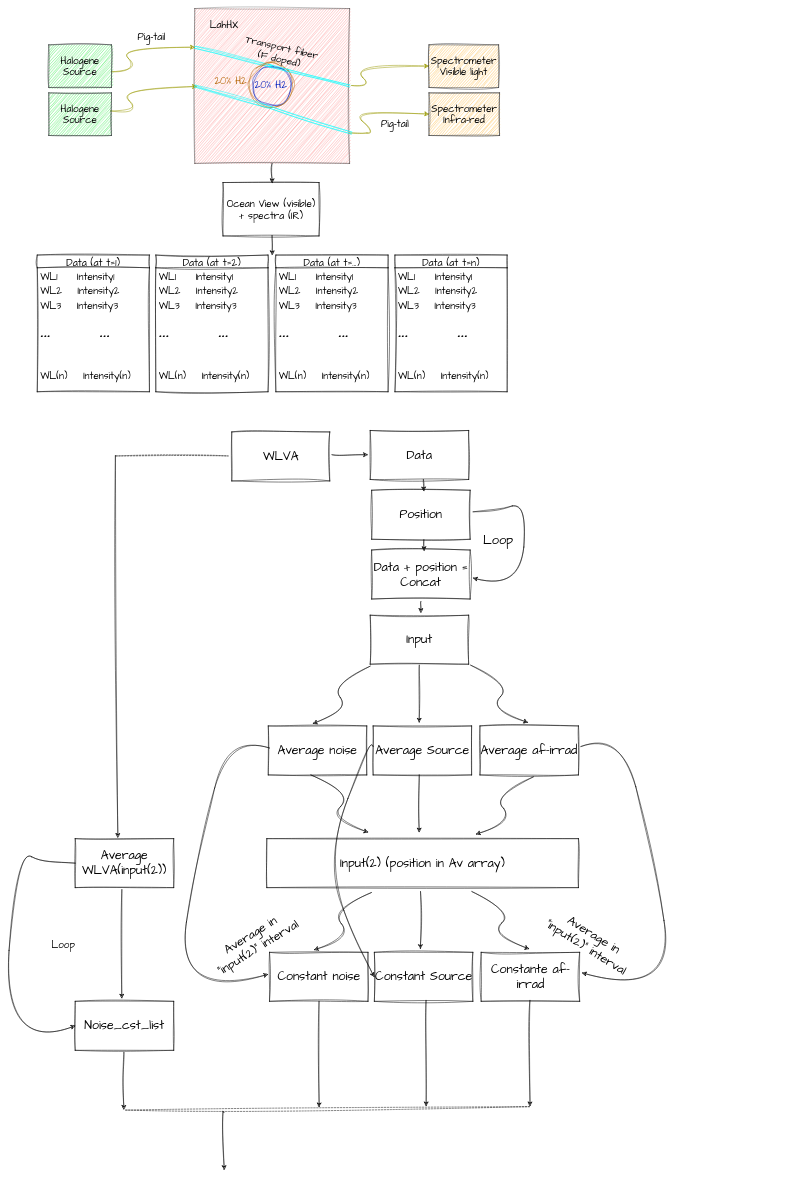
666creeping666death/C-code keeps this draw.io diagram as RIA2.drawio. Above is the earlier version. Source tidied: cells renumbered, new cells numbered last; positions are measured from the earlier drawing's top-left corner, leaving out a move shared by most shapes. Both pictures are drawn from the tidied source at 49%, with x=0, y=0 at pixel (2, 8).
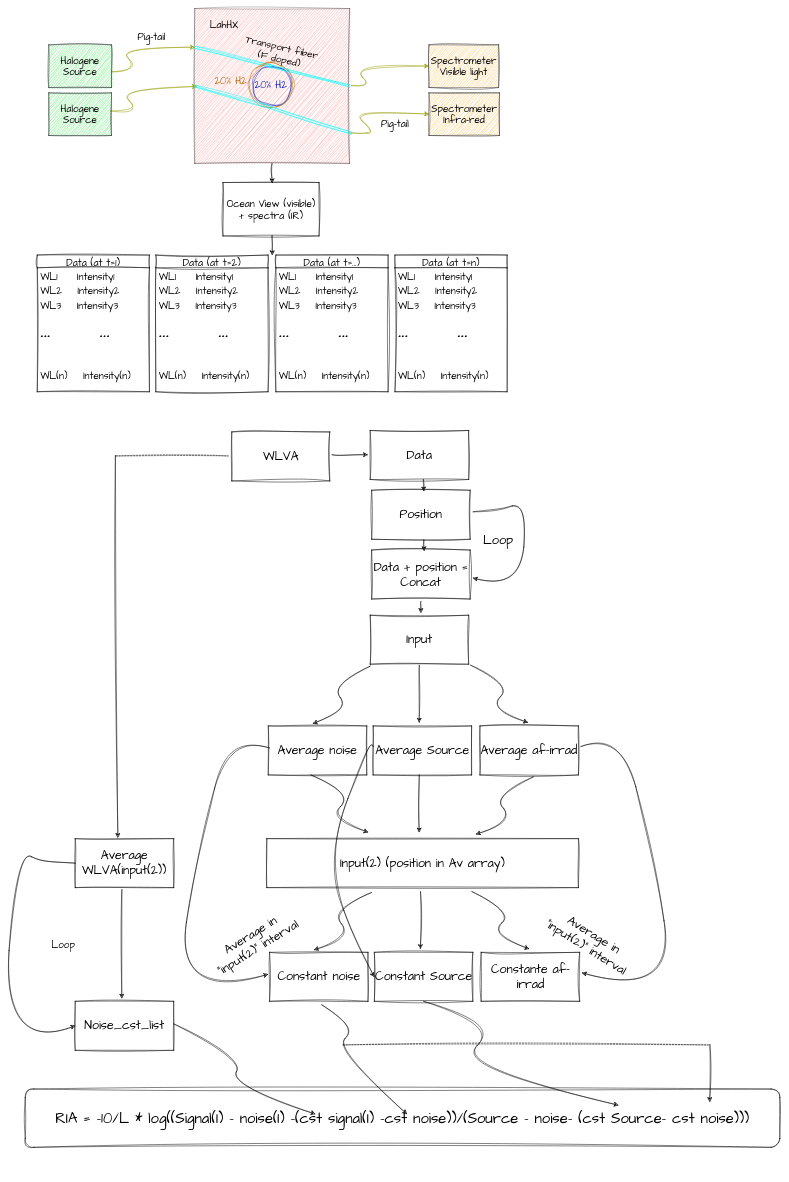
Above is the later version.

Unchanged cells that the change refers to:
```xml
<mxCell id="69" value="&lt;font style=&quot;font-size: 25px;&quot;&gt;Constant Source&lt;/font&gt;" style="rounded=0;whiteSpace=wrap;html=1;sketch=1;hachureGap=4;jiggle=2;curveFitting=1;fontFamily=Architects Daughter;fontSize=20;" parent="1" vertex="1">
  <mxGeometry x="759.5" y="1926" width="201" height="100" as="geometry" />
</mxCell>
```

Diff of the diagram source:
```diff
@@
-    <mxCell id="89" style="endArrow=none;dashed=1;html=1;rounded=0;sketch=1;hachureGap=4;jiggle=2;curveFitting=1;fontFamily=Architects Daughter;fontSize=16;" parent="1" edge="1">
-      <mxGeometry relative="1" as="geometry">
-        <mxPoint x="252" y="2248" as="sourcePoint" />
-        <mxPoint x="1076" y="2241" as="targetPoint" />
-      </mxGeometry>
-    </mxCell>
-    <mxCell id="90" style="endArrow=classic;html=1;rounded=0;sketch=1;hachureGap=4;jiggle=2;curveFitting=1;fontFamily=Architects Daughter;fontSize=16;" parent="1" edge="1">
-      <mxGeometry relative="1" as="geometry">
-        <mxPoint x="248.4" y="2130" as="sourcePoint" />
-        <mxPoint x="248.2" y="2247" as="targetPoint" />
-      </mxGeometry>
-    </mxCell>
-    <mxCell id="91" style="endArrow=classic;html=1;rounded=0;sketch=1;hachureGap=4;jiggle=2;curveFitting=1;fontFamily=Architects Daughter;fontSize=16;" parent="1" edge="1">
-      <mxGeometry relative="1" as="geometry">
-        <mxPoint x="646.6" y="2026" as="sourcePoint" />
-        <mxPoint x="646.8" y="2242" as="targetPoint" />
-      </mxGeometry>
-    </mxCell>
-    <mxCell id="92" style="endArrow=classic;html=1;rounded=0;sketch=1;hachureGap=4;jiggle=2;curveFitting=1;fontFamily=Architects Daughter;fontSize=16;" parent="1" edge="1">
-      <mxGeometry relative="1" as="geometry">
-        <mxPoint x="865" y="2024" as="sourcePoint" />
-        <mxPoint x="865.2" y="2240" as="targetPoint" />
-      </mxGeometry>
-    </mxCell>
-    <mxCell id="93" style="endArrow=classic;html=1;rounded=0;sketch=1;hachureGap=4;jiggle=2;curveFitting=1;fontFamily=Architects Daughter;fontSize=16;" parent="1" edge="1">
-      <mxGeometry relative="1" as="geometry">
-        <mxPoint x="1077" y="2024" as="sourcePoint" />
-        <mxPoint x="1077.2" y="2240" as="targetPoint" />
-      </mxGeometry>
-    </mxCell>
-    <mxCell id="94" style="endArrow=classic;html=1;rounded=0;sketch=1;hachureGap=4;jiggle=2;curveFitting=1;fontFamily=Architects Daughter;fontSize=16;" parent="1" edge="1">
-      <mxGeometry relative="1" as="geometry">
-        <mxPoint x="452.6" y="2253" as="sourcePoint" />
-        <mxPoint x="453" y="2370" as="targetPoint" />
-        <Array as="points">
-          <mxPoint x="450.6" y="2251" />
-        </Array>
-      </mxGeometry>
-    </mxCell>
+    <mxCell id="95" value="&lt;font style=&quot;font-size: 30px;&quot;&gt;RIA = -10/L * log((Signal(I) - noise(I) -(cst signal(I) -cst noise))/(Source - noise- (cst Source- cst noise)))&lt;br&gt;&lt;/font&gt;" style="rounded=1;whiteSpace=wrap;html=1;sketch=1;hachureGap=4;jiggle=2;curveFitting=1;fontFamily=Architects Daughter;fontSize=20;" parent="1" vertex="1">
+      <mxGeometry x="47" y="2205" width="1540" height="119" as="geometry" />
+    </mxCell>
+    <mxCell id="96" style="curved=1;endArrow=classic;html=1;rounded=0;sketch=1;hachureGap=4;jiggle=2;curveFitting=1;fontFamily=Architects Daughter;fontSize=16;exitX=0.5;exitY=1;exitDx=0;exitDy=0;entryX=0.5;entryY=1;entryDx=0;entryDy=0;" parent="1" edge="1">
+      <mxGeometry relative="1" as="geometry">
+        <mxPoint x="652" y="2033" as="sourcePoint" />
+        <mxPoint x="826" y="2256" as="targetPoint" />
+        <Array as="points">
+          <mxPoint x="724.5" y="2077" />
+          <mxPoint x="674.5" y="2127" />
+        </Array>
+      </mxGeometry>
+    </mxCell>
+    <mxCell id="97" style="curved=1;endArrow=classic;html=1;rounded=0;sketch=1;hachureGap=4;jiggle=2;curveFitting=1;fontFamily=Architects Daughter;fontSize=16;" parent="1" edge="1">
+      <mxGeometry relative="1" as="geometry">
+        <mxPoint x="350" y="2072" as="sourcePoint" />
+        <mxPoint x="639" y="2256" as="targetPoint" />
+        <Array as="points">
+          <mxPoint x="496" y="2141" />
+          <mxPoint x="459.5" y="2199" />
+        </Array>
+      </mxGeometry>
+    </mxCell>
+    <mxCell id="98" style="curved=1;endArrow=classic;html=1;rounded=0;sketch=1;hachureGap=4;jiggle=2;curveFitting=1;fontFamily=Architects Daughter;fontSize=16;exitX=0.5;exitY=1;exitDx=0;exitDy=0;" parent="1" edge="1" source="69">
+      <mxGeometry relative="1" as="geometry">
+        <mxPoint x="1257.5" y="2238" as="targetPoint" />
+        <Array as="points">
+          <mxPoint x="1018" y="2073" />
+          <mxPoint x="921" y="2159" />
+        </Array>
+      </mxGeometry>
+    </mxCell>
+    <mxCell id="99" style="endArrow=none;dashed=1;html=1;rounded=0;sketch=1;hachureGap=4;jiggle=2;curveFitting=1;fontFamily=Architects Daughter;fontSize=16;" parent="1" edge="1">
+      <mxGeometry relative="1" as="geometry">
+        <mxPoint x="695.5" y="2115" as="sourcePoint" />
+        <mxPoint x="1441" y="2115" as="targetPoint" />
+      </mxGeometry>
+    </mxCell>
+    <mxCell id="100" style="endArrow=classic;html=1;rounded=0;sketch=1;hachureGap=4;jiggle=2;curveFitting=1;fontFamily=Architects Daughter;fontSize=16;" parent="1" edge="1">
+      <mxGeometry relative="1" as="geometry">
+        <mxPoint x="1444.2" y="2114" as="sourcePoint" />
+        <mxPoint x="1444" y="2231" as="targetPoint" />
+      </mxGeometry>
+    </mxCell>
```
